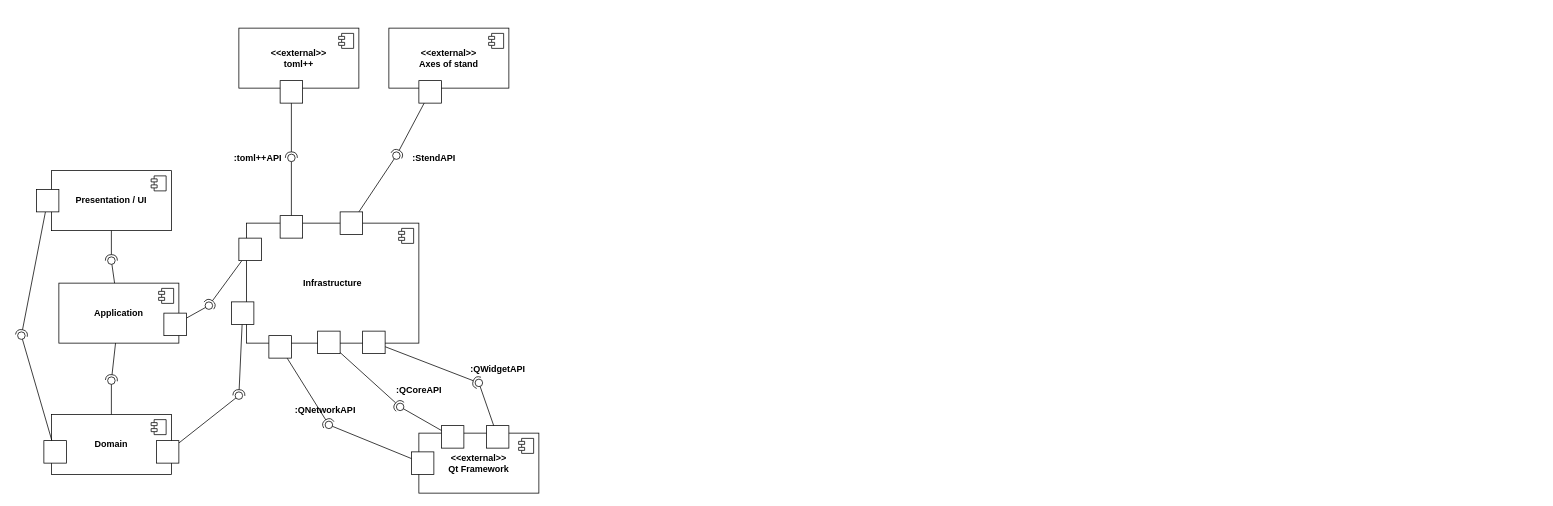
This is page "Диаграмма пакетов" (8 of 8) of docs/developer/diagrams/analytics-artifacts.drawio from TarkWight/uas-test-system, a draw.io file, before an edit. Source tidied: cells renumbered, new cells numbered last; positions are measured from the earlier drawing's top-left corner, leaving out a move shared by most shapes. Both pictures are drawn from the tidied source at 75%, with x=0, y=0 at pixel (21, 28).
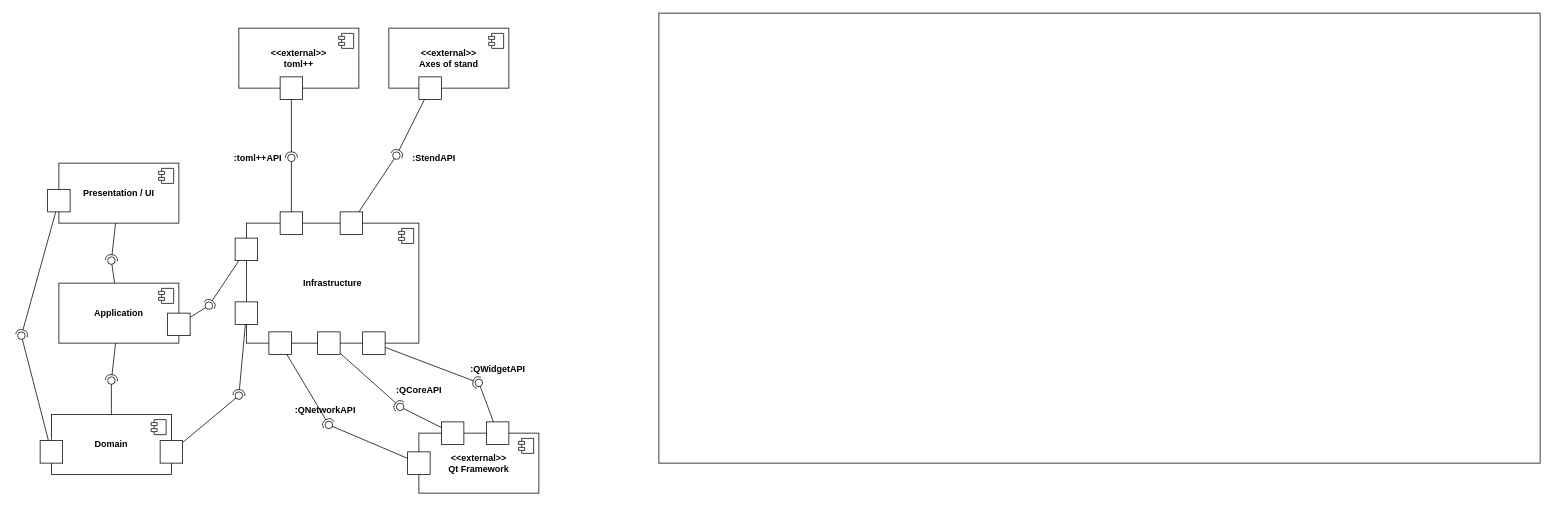
The same diagram, later.

The edit, as a diff of the source:
```diff
@@
+    <mxCell id="62" style="rounded=0;whiteSpace=wrap;html=1;fillColor=none;" parent="1" vertex="1">
+      <mxGeometry x="850" y="-20" width="1175" height="600" as="geometry" />
+    </mxCell>
@@
     <mxCell id="4" style="html=1;" parent="1" vertex="1">
-      <mxGeometry x="620" y="530" width="30" height="30" as="geometry" />
+      <mxGeometry x="620" y="525" width="30" height="30" as="geometry" />
     </mxCell>
@@
     <mxCell id="7" value="Presentation / UI" style="html=1;whiteSpace=wrap;align=center;fontStyle=1;" parent="1" vertex="1">
-      <mxGeometry x="40" y="190" width="160" height="80" as="geometry" />
+      <mxGeometry x="50" y="180" width="160" height="80" as="geometry" />
     </mxCell>
@@
     <mxCell id="9" style="html=1;" parent="1" vertex="1">
-      <mxGeometry x="560" y="530" width="30" height="30" as="geometry" />
+      <mxGeometry x="560" y="525" width="30" height="30" as="geometry" />
     </mxCell>
     <mxCell id="10" style="html=1;" parent="1" vertex="1">
-      <mxGeometry x="520" y="565" width="30" height="30" as="geometry" />
+      <mxGeometry x="515" y="565" width="30" height="30" as="geometry" />
     </mxCell>
@@
     <mxCell id="23" style="html=1;" parent="1" vertex="1">
-      <mxGeometry x="345" y="70" width="30" height="30" as="geometry" />
+      <mxGeometry x="345" y="65" width="30" height="30" as="geometry" />
     </mxCell>
@@
     <mxCell id="34" style="html=1;" parent="1" vertex="1">
-      <mxGeometry x="530" y="70" width="30" height="30" as="geometry" />
+      <mxGeometry x="530" y="65" width="30" height="30" as="geometry" />
     </mxCell>
@@
     <mxCell id="47" style="html=1;" parent="1" vertex="1">
-      <mxGeometry x="190" y="380" width="30" height="30" as="geometry" />
+      <mxGeometry x="195" y="380" width="30" height="30" as="geometry" />
     </mxCell>
     <mxCell id="48" style="html=1;" parent="1" vertex="1">
-      <mxGeometry x="290" y="280" width="30" height="30" as="geometry" />
+      <mxGeometry x="285" y="280" width="30" height="30" as="geometry" />
     </mxCell>
@@
     <mxCell id="51" style="html=1;" parent="1" vertex="1">
-      <mxGeometry x="30" y="550" width="30" height="30" as="geometry" />
+      <mxGeometry x="25" y="550" width="30" height="30" as="geometry" />
     </mxCell>
     <mxCell id="52" style="html=1;" parent="1" vertex="1">
-      <mxGeometry x="20" y="215" width="30" height="30" as="geometry" />
+      <mxGeometry x="35" y="215" width="30" height="30" as="geometry" />
     </mxCell>
@@
     <mxCell id="55" style="html=1;" parent="1" vertex="1">
-      <mxGeometry x="180" y="550" width="30" height="30" as="geometry" />
+      <mxGeometry x="185" y="550" width="30" height="30" as="geometry" />
     </mxCell>
     <mxCell id="56" style="html=1;" parent="1" vertex="1">
-      <mxGeometry x="280" y="365" width="30" height="30" as="geometry" />
+      <mxGeometry x="285" y="365" width="30" height="30" as="geometry" />
     </mxCell>
     <mxCell id="57" style="html=1;" parent="1" vertex="1">
-      <mxGeometry x="330" y="410" width="30" height="30" as="geometry" />
+      <mxGeometry x="330" y="405" width="30" height="30" as="geometry" />
     </mxCell>
     <mxCell id="58" style="html=1;" parent="1" vertex="1">
-      <mxGeometry x="395" y="404" width="30" height="30" as="geometry" />
+      <mxGeometry x="395" y="405" width="30" height="30" as="geometry" />
     </mxCell>
     <mxCell id="59" style="html=1;" parent="1" vertex="1">
-      <mxGeometry x="455" y="404" width="30" height="30" as="geometry" />
+      <mxGeometry x="455" y="405" width="30" height="30" as="geometry" />
     </mxCell>
     <mxCell id="60" style="html=1;" parent="1" vertex="1">
-      <mxGeometry x="345" y="250" width="30" height="30" as="geometry" />
+      <mxGeometry x="345" y="245" width="30" height="30" as="geometry" />
     </mxCell>
```
